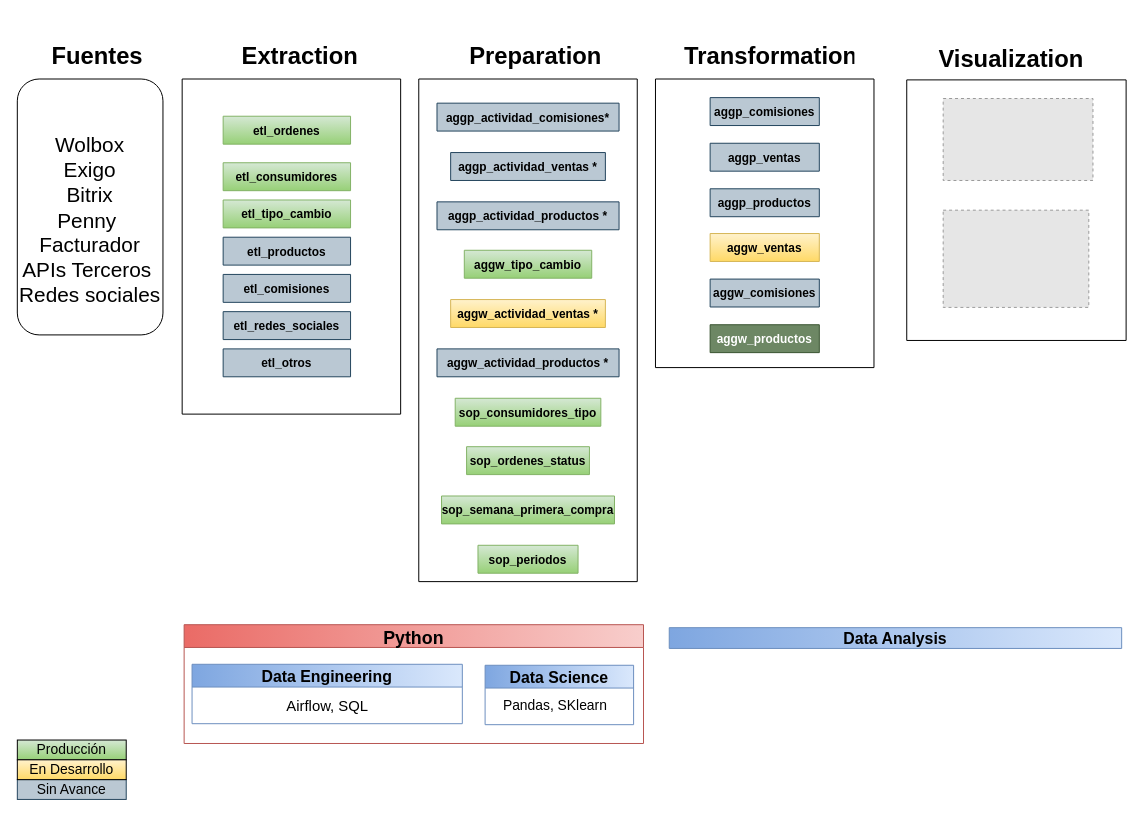
Earlier version of the draw.io diagram page "Architecture High Level" (2 of 4) of fuXion_model.drawio (calobetoleon/fuxion_design). Source tidied: cells renumbered, new cells numbered last; positions are measured from the earlier drawing's top-left corner, leaving out a move shared by most shapes. Both pictures are drawn from the tidied source at 99%, with x=0, y=0 at pixel (17, 37). Pictures stored in the file or linked from it are replaced by grey dashed boxes.
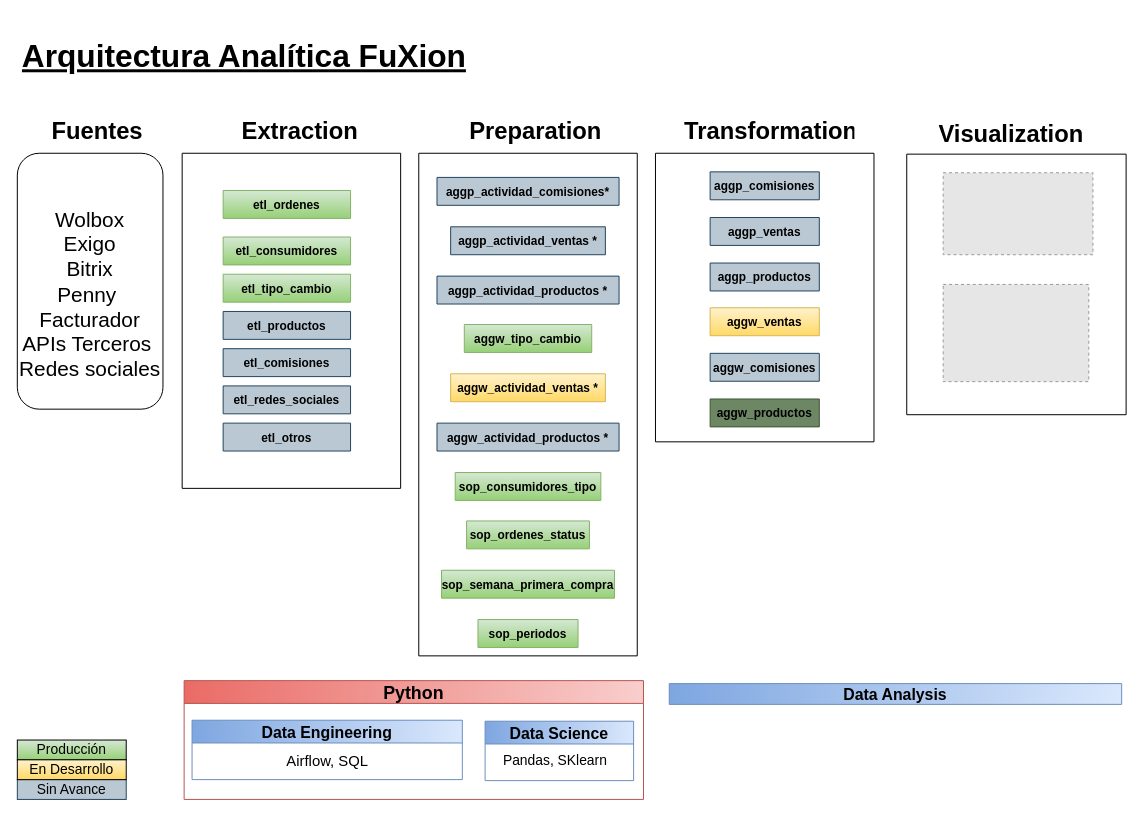
Above is the later version.

The edit, as a diff of the source:
```diff
@@
-    <mxCell id="2" value="Data Analysis" style="swimlane;horizontal=0;align=center;gradientColor=#7ea6e0;fillColor=#dae8fc;strokeColor=#6c8ebf;fontSize=16;rotation=90;" parent="1" vertex="1">
-      <mxGeometry x="876.5" y="378.5" width="21" height="457" as="geometry" />
+    <mxCell id="2" value="Data Analysis" style="swimlane;horizontal=0;align=center;gradientColor=#7ea6e0;fillColor=#dae8fc;strokeColor=#6c8ebf;fontSize=16;rotation=90;fontColor=default;" parent="1" vertex="1">
+      <mxGeometry x="876.5" y="435" width="21" height="457" as="geometry" />
     </mxCell>
-    <mxCell id="3" value="Python" style="swimlane;horizontal=0;align=center;gradientColor=#ea6b66;fillColor=#f8cecc;strokeColor=#b85450;fontSize=18;rotation=90;" parent="1" vertex="1">
-      <mxGeometry x="340.5" y="421.5" width="120" height="464" as="geometry" />
+    <mxCell id="3" value="Python" style="swimlane;horizontal=0;align=center;gradientColor=#ea6b66;fillColor=#f8cecc;strokeColor=#b85450;fontSize=18;rotation=90;fontColor=default;" parent="1" vertex="1">
+      <mxGeometry x="340.5" y="478" width="120" height="464" as="geometry" />
     </mxCell>
-    <mxCell id="4" value="Data Science" style="swimlane;horizontal=0;align=center;gradientColor=#7ea6e0;fillColor=#dae8fc;strokeColor=#6c8ebf;fontSize=16;rotation=90;" parent="3" vertex="1">
+    <mxCell id="4" value="Data Science" style="swimlane;horizontal=0;align=center;gradientColor=#7ea6e0;fillColor=#dae8fc;strokeColor=#6c8ebf;fontSize=16;rotation=90;fontColor=default;" parent="3" vertex="1">
       <mxGeometry x="177" y="168" width="60" height="150" as="geometry" />
     </mxCell>
-    <mxCell id="5" value="Pandas, SKlearn" style="text;html=1;align=center;verticalAlign=middle;strokeColor=none;fillColor=none;fontSize=14;rotation=360;" parent="4" vertex="1">
+    <mxCell id="5" value="Pandas, SKlearn" style="text;html=1;align=center;verticalAlign=middle;strokeColor=none;fillColor=none;fontSize=14;rotation=360;fontColor=default;" parent="4" vertex="1">
       <mxGeometry x="-35" y="75" width="120" height="20" as="geometry" />
     </mxCell>
-    <mxCell id="6" value="Data Engineering" style="swimlane;horizontal=0;align=center;gradientColor=#7ea6e0;fillColor=#dae8fc;strokeColor=#6c8ebf;fontSize=16;rotation=90;" parent="3" vertex="1">
+    <mxCell id="6" value="Data Engineering" style="swimlane;horizontal=0;align=center;gradientColor=#7ea6e0;fillColor=#dae8fc;strokeColor=#6c8ebf;fontSize=16;rotation=90;fontColor=default;" parent="3" vertex="1">
       <mxGeometry x="-57.5" y="105.5" width="60" height="273" as="geometry" />
     </mxCell>
-    <mxCell id="7" value="&lt;font style=&quot;font-size: 15px&quot;&gt;Airflow, SQL&lt;/font&gt;" style="text;html=1;align=center;verticalAlign=middle;strokeColor=none;fillColor=none;rotation=360;" parent="6" vertex="1">
+    <mxCell id="7" value="&lt;font style=&quot;font-size: 15px&quot;&gt;Airflow, SQL&lt;/font&gt;" style="text;html=1;align=center;verticalAlign=middle;strokeColor=none;fillColor=none;rotation=360;fontColor=default;" parent="6" vertex="1">
       <mxGeometry x="-20" y="137.5" width="100" height="20" as="geometry" />
     </mxCell>
@@
-    <mxCell id="12" style="group;" parent="1" vertex="1">
-      <mxGeometry width="1120" height="550" as="geometry" />
+    <mxCell id="12" style="group;fontColor=default;" parent="1" vertex="1">
+      <mxGeometry y="75" width="1120" height="550" as="geometry" />
     </mxCell>
-    <mxCell id="13" value="&lt;h1&gt;Visualization&lt;/h1&gt;" style="text;html=1;strokeColor=none;fillColor=none;spacing=5;spacingTop=-20;whiteSpace=wrap;overflow=hidden;rounded=0;align=center;" parent="12" vertex="1">
+    <mxCell id="13" value="&lt;h1&gt;Visualization&lt;/h1&gt;" style="text;html=1;strokeColor=none;fillColor=none;spacing=5;spacingTop=-20;whiteSpace=wrap;overflow=hidden;rounded=0;align=center;fontColor=default;" parent="12" vertex="1">
       <mxGeometry x="912.2" y="2.8" width="183.9" height="40.4" as="geometry" />
     </mxCell>
-    <mxCell id="14" style="swimlane;startSize=0;align=center;flipV=1;" parent="12" vertex="1">
+    <mxCell id="14" style="swimlane;startSize=0;align=center;flipV=1;fontColor=default;" parent="12" vertex="1">
       <mxGeometry x="898.4" y="43.2" width="221.6" height="263.2" as="geometry" />
     </mxCell>
-    <mxCell id="15" style="fillColor=#E6E6E6;strokeColor=#999999;dashed=1;verticalLabelPosition=bottom;labelBackgroundColor=#ffffff;verticalAlign=top;" parent="14" vertex="1">
+    <mxCell id="15" style="fillColor=#E6E6E6;strokeColor=#999999;dashed=1;verticalLabelPosition=bottom;labelBackgroundColor=#ffffff;verticalAlign=top;fontColor=default;" parent="14" vertex="1">
       <mxGeometry x="36.8" y="18.8" width="151.3" height="82.8" as="geometry" />
     </mxCell>
-    <mxCell id="16" style="fillColor=#E6E6E6;strokeColor=#999999;dashed=1;verticalLabelPosition=bottom;labelBackgroundColor=#ffffff;verticalAlign=top;" parent="14" vertex="1">
+    <mxCell id="16" style="fillColor=#E6E6E6;strokeColor=#999999;dashed=1;verticalLabelPosition=bottom;labelBackgroundColor=#ffffff;verticalAlign=top;fontColor=default;" parent="14" vertex="1">
       <mxGeometry x="36.8" y="131.6" width="147.1" height="98.2" as="geometry" />
     </mxCell>
-    <mxCell id="17" value="&lt;br style=&quot;font-size: 21px&quot;&gt;&lt;span style=&quot;font-family: &amp;#34;calibri&amp;#34; ; font-size: 21px&quot;&gt;Wolbox &lt;br&gt;Exigo&lt;br&gt;Bitrix&lt;br&gt;Penny&amp;nbsp;&lt;br&gt;&lt;/span&gt;&lt;span style=&quot;font-family: &amp;#34;calibri&amp;#34; ; font-size: 21px&quot;&gt;Facturador&lt;br&gt;APIs Terceros&amp;nbsp;&lt;br&gt;&lt;/span&gt;&lt;span style=&quot;font-family: &amp;#34;calibri&amp;#34; ; font-size: 21px&quot;&gt;Redes sociales&lt;/span&gt;" style="rounded=1;whiteSpace=wrap;html=1;fontSize=21;align=center;labelPosition=center;verticalLabelPosition=middle;verticalAlign=middle;" parent="12" vertex="1">
+    <mxCell id="17" value="&lt;br style=&quot;font-size: 21px&quot;&gt;&lt;span style=&quot;font-family: &amp;quot;calibri&amp;quot; ; font-size: 21px&quot;&gt;Wolbox &lt;br&gt;Exigo&lt;br&gt;Bitrix&lt;br&gt;Penny&amp;nbsp;&lt;br&gt;&lt;/span&gt;&lt;span style=&quot;font-family: &amp;quot;calibri&amp;quot; ; font-size: 21px&quot;&gt;Facturador&lt;br&gt;APIs Terceros&amp;nbsp;&lt;br&gt;&lt;/span&gt;&lt;span style=&quot;font-family: &amp;quot;calibri&amp;quot; ; font-size: 21px&quot;&gt;Redes sociales&lt;/span&gt;" style="rounded=1;whiteSpace=wrap;html=1;fontSize=21;align=center;labelPosition=center;verticalLabelPosition=middle;verticalAlign=middle;fontColor=default;" parent="12" vertex="1">
       <mxGeometry y="42.3" width="147.1" height="258.5" as="geometry" />
     </mxCell>
-    <mxCell id="18" value="&lt;h1&gt;Fuentes&lt;/h1&gt;" style="text;html=1;strokeColor=none;fillColor=none;spacing=5;spacingTop=-20;whiteSpace=wrap;overflow=hidden;rounded=0;" parent="12" vertex="1">
+    <mxCell id="18" value="&lt;h1&gt;Fuentes&lt;/h1&gt;" style="text;html=1;strokeColor=none;fillColor=none;spacing=5;spacingTop=-20;whiteSpace=wrap;overflow=hidden;rounded=0;fontColor=default;" parent="12" vertex="1">
       <mxGeometry x="30.3" width="101.1" height="32.9" as="geometry" />
     </mxCell>
-    <mxCell id="19" style="swimlane;startSize=0;flipV=1;" parent="12" vertex="1">
+    <mxCell id="19" style="swimlane;startSize=0;flipV=1;fontColor=default;" parent="12" vertex="1">
       <mxGeometry x="405.5" y="42.3" width="220.7" height="507.7" as="geometry" />
     </mxCell>
-    <mxCell id="20" value="sop_consumidores_tipo" style="shape=table;startSize=30;childLayout=tableLayout;rowLines=0;fontStyle=1;align=center;fillColor=#d5e8d4;strokeColor=#82b366;gradientColor=#97d077;" parent="19" vertex="1" collapsed="1">
+    <mxCell id="20" value="sop_consumidores_tipo" style="shape=table;startSize=30;childLayout=tableLayout;rowLines=0;fontStyle=1;align=center;fillColor=#d5e8d4;strokeColor=#82b366;gradientColor=#97d077;fontColor=default;" parent="19" vertex="1" collapsed="1">
       <mxGeometry x="36.8" y="322.5" width="147.1" height="28.2" as="geometry" />
     </mxCell>
-    <mxCell id="21" value="sop_ordenes_status" style="shape=table;startSize=30;childLayout=tableLayout;rowLines=0;fontStyle=1;align=center;fillColor=#d5e8d4;strokeColor=#82b366;gradientColor=#97d077;" parent="19" vertex="1" collapsed="1">
+    <mxCell id="21" value="sop_ordenes_status" style="shape=table;startSize=30;childLayout=tableLayout;rowLines=0;fontStyle=1;align=center;fillColor=#d5e8d4;strokeColor=#82b366;gradientColor=#97d077;fontColor=default;" parent="19" vertex="1" collapsed="1">
       <mxGeometry x="48.3" y="371.4" width="124.1" height="28.2" as="geometry" />
     </mxCell>
-    <mxCell id="22" value="sop_semana_primera_compra" style="shape=table;startSize=30;childLayout=tableLayout;rowLines=0;fontStyle=1;align=center;fillColor=#d5e8d4;strokeColor=#82b366;gradientColor=#97d077;" parent="19" vertex="1" collapsed="1">
+    <mxCell id="22" value="sop_semana_primera_compra" style="shape=table;startSize=30;childLayout=tableLayout;rowLines=0;fontStyle=1;align=center;fillColor=#d5e8d4;strokeColor=#82b366;gradientColor=#97d077;fontColor=default;" parent="19" vertex="1" collapsed="1">
       <mxGeometry x="23" y="421.2" width="174.7" height="28.2" as="geometry" />
     </mxCell>
-    <mxCell id="23" value="sop_periodos" style="shape=table;startSize=30;childLayout=tableLayout;rowLines=0;fontStyle=1;align=center;fillColor=#d5e8d4;strokeColor=#82b366;gradientColor=#97d077;" parent="19" vertex="1" collapsed="1">
+    <mxCell id="23" value="sop_periodos" style="shape=table;startSize=30;childLayout=tableLayout;rowLines=0;fontStyle=1;align=center;fillColor=#d5e8d4;strokeColor=#82b366;gradientColor=#97d077;fontColor=default;" parent="19" vertex="1" collapsed="1">
       <mxGeometry x="59.8" y="471" width="101.1" height="28.2" as="geometry" />
     </mxCell>
-    <mxCell id="24" value="aggw_actividad_ventas *" style="shape=table;startSize=30;childLayout=tableLayout;rowLines=0;fontStyle=1;align=center;strokeColor=#d6b656;fillColor=#fff2cc;gradientColor=#ffd966;" parent="19" vertex="1" collapsed="1">
+    <mxCell id="24" value="aggw_actividad_ventas *" style="shape=table;startSize=30;childLayout=tableLayout;rowLines=0;fontStyle=1;align=center;strokeColor=#d6b656;fillColor=#fff2cc;gradientColor=#ffd966;fontColor=default;" parent="19" vertex="1" collapsed="1">
       <mxGeometry x="32.2" y="222.8" width="156.3" height="28.2" as="geometry" />
     </mxCell>
-    <mxCell id="25" value="aggp_actividad_ventas *" style="shape=table;startSize=30;childLayout=tableLayout;rowLines=0;fontStyle=1;align=center;strokeColor=#23445d;fillColor=#bac8d3;" parent="19" vertex="1" collapsed="1">
+    <mxCell id="25" value="aggp_actividad_ventas *" style="shape=table;startSize=30;childLayout=tableLayout;rowLines=0;fontStyle=1;align=center;strokeColor=#23445d;fillColor=#bac8d3;fontColor=default;" parent="19" vertex="1" collapsed="1">
       <mxGeometry x="32.2" y="74.3" width="156.3" height="28.2" as="geometry" />
     </mxCell>
-    <mxCell id="26" value="aggw_tipo_cambio" style="shape=table;startSize=30;childLayout=tableLayout;rowLines=0;fontStyle=1;align=center;fillColor=#d5e8d4;strokeColor=#82b366;gradientColor=#97d077;" parent="19" vertex="1" collapsed="1">
+    <mxCell id="26" value="aggw_tipo_cambio" style="shape=table;startSize=30;childLayout=tableLayout;rowLines=0;fontStyle=1;align=center;fillColor=#d5e8d4;strokeColor=#82b366;gradientColor=#97d077;fontColor=default;" parent="19" vertex="1" collapsed="1">
       <mxGeometry x="46" y="173" width="128.7" height="28.2" as="geometry" />
     </mxCell>
-    <mxCell id="27" value="aggp_actividad_comisiones*" style="shape=table;startSize=30;childLayout=tableLayout;rowLines=0;fontStyle=1;align=center;strokeColor=#23445d;fillColor=#bac8d3;" parent="19" vertex="1" collapsed="1">
+    <mxCell id="27" value="aggp_actividad_comisiones*" style="shape=table;startSize=30;childLayout=tableLayout;rowLines=0;fontStyle=1;align=center;strokeColor=#23445d;fillColor=#bac8d3;fontColor=default;" parent="19" vertex="1" collapsed="1">
       <mxGeometry x="18.4" y="24.4" width="183.9" height="28.2" as="geometry" />
     </mxCell>
-    <mxCell id="28" value="aggw_actividad_productos *" style="shape=table;startSize=30;childLayout=tableLayout;rowLines=0;fontStyle=1;align=center;strokeColor=#23445d;fillColor=#bac8d3;" parent="19" vertex="1" collapsed="1">
+    <mxCell id="28" value="aggw_actividad_productos *" style="shape=table;startSize=30;childLayout=tableLayout;rowLines=0;fontStyle=1;align=center;strokeColor=#23445d;fillColor=#bac8d3;fontColor=default;" parent="19" vertex="1" collapsed="1">
       <mxGeometry x="18.4" y="272.6" width="183.9" height="28.2" as="geometry" />
     </mxCell>
-    <mxCell id="29" value="aggp_actividad_productos *" style="shape=table;startSize=30;childLayout=tableLayout;rowLines=0;fontStyle=1;align=center;strokeColor=#23445d;fillColor=#bac8d3;" parent="19" vertex="1" collapsed="1">
+    <mxCell id="29" value="aggp_actividad_productos *" style="shape=table;startSize=30;childLayout=tableLayout;rowLines=0;fontStyle=1;align=center;strokeColor=#23445d;fillColor=#bac8d3;fontColor=default;" parent="19" vertex="1" collapsed="1">
       <mxGeometry x="18.4" y="124.1" width="183.9" height="28.2" as="geometry" />
     </mxCell>
-    <mxCell id="30" value="&lt;h1&gt;Preparation&lt;/h1&gt;&lt;p&gt;&lt;br&gt;&lt;/p&gt;" style="text;html=1;strokeColor=none;fillColor=none;spacing=5;spacingTop=-20;whiteSpace=wrap;overflow=hidden;rounded=0;" parent="12" vertex="1">
+    <mxCell id="30" value="&lt;h1&gt;Preparation&lt;/h1&gt;&lt;p&gt;&lt;br&gt;&lt;/p&gt;" style="text;html=1;strokeColor=none;fillColor=none;spacing=5;spacingTop=-20;whiteSpace=wrap;overflow=hidden;rounded=0;fontColor=default;" parent="12" vertex="1">
       <mxGeometry x="452.4" width="147.1" height="43.2" as="geometry" />
     </mxCell>
-    <mxCell id="31" style="group;" parent="12" vertex="1">
+    <mxCell id="31" style="group;fontColor=default;" parent="12" vertex="1">
       <mxGeometry x="172" width="220.7" height="380.8" as="geometry" />
     </mxCell>
-    <mxCell id="32" style="swimlane;startSize=0;flipV=1;" parent="31" vertex="1">
+    <mxCell id="32" style="swimlane;startSize=0;flipV=1;fontColor=default;" parent="31" vertex="1">
       <mxGeometry x="-5.5" y="42.3" width="220.7" height="338.5" as="geometry" />
     </mxCell>
-    <mxCell id="33" value="etl_ordenes" style="shape=table;startSize=30;childLayout=tableLayout;rowLines=0;fontStyle=1;align=center;fillColor=#d5e8d4;strokeColor=#82b366;gradientColor=#97d077;" parent="32" vertex="1" collapsed="1">
+    <mxCell id="33" value="etl_ordenes" style="shape=table;startSize=30;childLayout=tableLayout;rowLines=0;fontStyle=1;align=center;fillColor=#d5e8d4;strokeColor=#82b366;gradientColor=#97d077;fontColor=default;" parent="32" vertex="1" collapsed="1">
       <mxGeometry x="41.4" y="37.6" width="128.7" height="28.2" as="geometry" />
     </mxCell>
-    <mxCell id="34" value="etl_consumidores" style="shape=table;startSize=30;childLayout=tableLayout;rowLines=0;fontStyle=1;align=center;fillColor=#d5e8d4;strokeColor=#82b366;gradientColor=#97d077;" parent="32" vertex="1" collapsed="1">
+    <mxCell id="34" value="etl_consumidores" style="shape=table;startSize=30;childLayout=tableLayout;rowLines=0;fontStyle=1;align=center;fillColor=#d5e8d4;strokeColor=#82b366;gradientColor=#97d077;fontColor=default;" parent="32" vertex="1" collapsed="1">
       <mxGeometry x="41.4" y="84.6" width="128.7" height="28.2" as="geometry" />
     </mxCell>
-    <mxCell id="35" value="etl_productos" style="shape=table;startSize=30;childLayout=tableLayout;rowLines=0;fontStyle=1;align=center;fillColor=#bac8d3;strokeColor=#23445d;" parent="32" vertex="1" collapsed="1">
+    <mxCell id="35" value="etl_productos" style="shape=table;startSize=30;childLayout=tableLayout;rowLines=0;fontStyle=1;align=center;fillColor=#bac8d3;strokeColor=#23445d;fontColor=default;" parent="32" vertex="1" collapsed="1">
       <mxGeometry x="41.4" y="159.8" width="128.7" height="28.2" as="geometry" />
     </mxCell>
-    <mxCell id="36" value="etl_tipo_cambio" style="shape=table;startSize=30;childLayout=tableLayout;rowLines=0;fontStyle=1;align=center;fillColor=#d5e8d4;strokeColor=#82b366;gradientColor=#97d077;" parent="32" vertex="1" collapsed="1">
+    <mxCell id="36" value="etl_tipo_cambio" style="shape=table;startSize=30;childLayout=tableLayout;rowLines=0;fontStyle=1;align=center;fillColor=#d5e8d4;strokeColor=#82b366;gradientColor=#97d077;fontColor=default;" parent="32" vertex="1" collapsed="1">
       <mxGeometry x="41.4" y="122.2" width="128.7" height="28.2" as="geometry" />
     </mxCell>
-    <mxCell id="37" value="etl_comisiones" style="shape=table;startSize=30;childLayout=tableLayout;rowLines=0;fontStyle=1;align=center;fillColor=#bac8d3;strokeColor=#23445d;" parent="32" vertex="1" collapsed="1">
+    <mxCell id="37" value="etl_comisiones" style="shape=table;startSize=30;childLayout=tableLayout;rowLines=0;fontStyle=1;align=center;fillColor=#bac8d3;strokeColor=#23445d;fontColor=default;" parent="32" vertex="1" collapsed="1">
       <mxGeometry x="41.4" y="197.4" width="128.7" height="28.2" as="geometry" />
     </mxCell>
-    <mxCell id="38" value="etl_redes_sociales" style="shape=table;startSize=30;childLayout=tableLayout;rowLines=0;fontStyle=1;align=center;fillColor=#bac8d3;strokeColor=#23445d;" parent="32" vertex="1" collapsed="1">
+    <mxCell id="38" value="etl_redes_sociales" style="shape=table;startSize=30;childLayout=tableLayout;rowLines=0;fontStyle=1;align=center;fillColor=#bac8d3;strokeColor=#23445d;fontColor=default;" parent="32" vertex="1" collapsed="1">
       <mxGeometry x="41.4" y="235" width="128.7" height="28.2" as="geometry" />
     </mxCell>
-    <mxCell id="39" value="etl_otros" style="shape=table;startSize=30;childLayout=tableLayout;rowLines=0;fontStyle=1;align=center;fillColor=#bac8d3;strokeColor=#23445d;" parent="32" vertex="1" collapsed="1">
+    <mxCell id="39" value="etl_otros" style="shape=table;startSize=30;childLayout=tableLayout;rowLines=0;fontStyle=1;align=center;fillColor=#bac8d3;strokeColor=#23445d;fontColor=default;" parent="32" vertex="1" collapsed="1">
       <mxGeometry x="41.4" y="272.6" width="128.7" height="28.2" as="geometry" />
     </mxCell>
-    <mxCell id="40" value="&lt;h1&gt;Extraction&lt;/h1&gt;" style="text;html=1;strokeColor=none;fillColor=none;spacing=5;spacingTop=-20;whiteSpace=wrap;overflow=hidden;rounded=0;" parent="31" vertex="1">
+    <mxCell id="40" value="&lt;h1&gt;Extraction&lt;/h1&gt;" style="text;html=1;strokeColor=none;fillColor=none;spacing=5;spacingTop=-20;whiteSpace=wrap;overflow=hidden;rounded=0;fontColor=default;" parent="31" vertex="1">
       <mxGeometry x="49.7" width="130.3" height="32.9" as="geometry" />
     </mxCell>
-    <mxCell id="41" value="&lt;h1&gt;Transformation&lt;/h1&gt;" style="text;html=1;strokeColor=none;fillColor=none;spacing=5;spacingTop=-20;whiteSpace=wrap;overflow=hidden;rounded=0;align=center;" parent="12" vertex="1">
+    <mxCell id="41" value="&lt;h1&gt;Transformation&lt;/h1&gt;" style="text;html=1;strokeColor=none;fillColor=none;spacing=5;spacingTop=-20;whiteSpace=wrap;overflow=hidden;rounded=0;align=center;fontColor=default;" parent="12" vertex="1">
       <mxGeometry x="670.3" width="179.7" height="35.7" as="geometry" />
     </mxCell>
-    <mxCell id="42" style="swimlane;startSize=0;flipV=1;" parent="12" vertex="1">
+    <mxCell id="42" style="swimlane;startSize=0;flipV=1;fontColor=default;" parent="12" vertex="1">
       <mxGeometry x="644.6" y="42.3" width="220.7" height="291.5" as="geometry" />
     </mxCell>
-    <mxCell id="43" value="aggp_ventas" style="shape=table;startSize=30;childLayout=tableLayout;rowLines=0;fontStyle=1;align=center;fillColor=#bac8d3;strokeColor=#23445d;" parent="42" vertex="1" collapsed="1">
+    <mxCell id="43" value="aggp_ventas" style="shape=table;startSize=30;childLayout=tableLayout;rowLines=0;fontStyle=1;align=center;fillColor=#bac8d3;strokeColor=#23445d;fontColor=default;" parent="42" vertex="1" collapsed="1">
       <mxGeometry x="55.2" y="64.9" width="110.3" height="28.2" as="geometry" />
     </mxCell>
-    <mxCell id="44" value="aggw_ventas" style="shape=table;startSize=30;childLayout=tableLayout;rowLines=0;fontStyle=1;align=center;fillColor=#fff2cc;strokeColor=#d6b656;gradientColor=#ffd966;" parent="42" vertex="1" collapsed="1">
+    <mxCell id="44" value="aggw_ventas" style="shape=table;startSize=30;childLayout=tableLayout;rowLines=0;fontStyle=1;align=center;fillColor=#fff2cc;strokeColor=#d6b656;gradientColor=#ffd966;fontColor=default;" parent="42" vertex="1" collapsed="1">
       <mxGeometry x="55.2" y="156.1" width="110.3" height="28.2" as="geometry" />
     </mxCell>
-    <mxCell id="45" value="aggp_productos" style="shape=table;startSize=30;childLayout=tableLayout;rowLines=0;fontStyle=1;align=center;fillColor=#bac8d3;strokeColor=#23445d;" parent="42" vertex="1" collapsed="1">
+    <mxCell id="45" value="aggp_productos" style="shape=table;startSize=30;childLayout=tableLayout;rowLines=0;fontStyle=1;align=center;fillColor=#bac8d3;strokeColor=#23445d;fontColor=default;" parent="42" vertex="1" collapsed="1">
       <mxGeometry x="55.2" y="110.9" width="110.3" height="28.2" as="geometry" />
     </mxCell>
-    <mxCell id="46" value="aggp_comisiones" style="shape=table;startSize=30;childLayout=tableLayout;rowLines=0;fontStyle=1;align=center;fillColor=#bac8d3;strokeColor=#23445d;" parent="42" vertex="1" collapsed="1">
+    <mxCell id="46" value="aggp_comisiones" style="shape=table;startSize=30;childLayout=tableLayout;rowLines=0;fontStyle=1;align=center;fillColor=#bac8d3;strokeColor=#23445d;fontColor=default;" parent="42" vertex="1" collapsed="1">
       <mxGeometry x="55.2" y="18.8" width="110.3" height="28.2" as="geometry" />
     </mxCell>
-    <mxCell id="47" value="aggw_comisiones" style="shape=table;startSize=30;childLayout=tableLayout;rowLines=0;fontStyle=1;align=center;fillColor=#bac8d3;strokeColor=#23445d;" parent="42" vertex="1" collapsed="1">
+    <mxCell id="47" value="aggw_comisiones" style="shape=table;startSize=30;childLayout=tableLayout;rowLines=0;fontStyle=1;align=center;fillColor=#bac8d3;strokeColor=#23445d;fontColor=default;" parent="42" vertex="1" collapsed="1">
       <mxGeometry x="55.2" y="202.1" width="110.3" height="28.2" as="geometry" />
     </mxCell>
-    <mxCell id="48" value="aggw_productos" style="shape=table;startSize=30;childLayout=tableLayout;rowLines=0;fontStyle=1;align=center;fillColor=#6d8764;strokeColor=#3A5431;fontColor=#ffffff;" parent="42" vertex="1" collapsed="1">
+    <mxCell id="48" value="aggw_productos" style="shape=table;startSize=30;childLayout=tableLayout;rowLines=0;fontStyle=1;align=center;fillColor=#6d8764;strokeColor=#3A5431;fontColor=default;" parent="42" vertex="1" collapsed="1">
       <mxGeometry x="55.2" y="248.2" width="110.3" height="28.2" as="geometry" />
     </mxCell>
+    <mxCell id="49" value="&lt;h1 style=&quot;font-size: 32px&quot;&gt;Arquitectura Analítica FuXion&lt;/h1&gt;" style="text;html=1;strokeColor=none;fillColor=none;spacing=5;spacingTop=-20;whiteSpace=wrap;overflow=hidden;rounded=0;fontColor=default;fontSize=32;fontStyle=4;" parent="1" vertex="1">
+      <mxGeometry y="-10" width="498" height="50" as="geometry" />
+    </mxCell>
```
